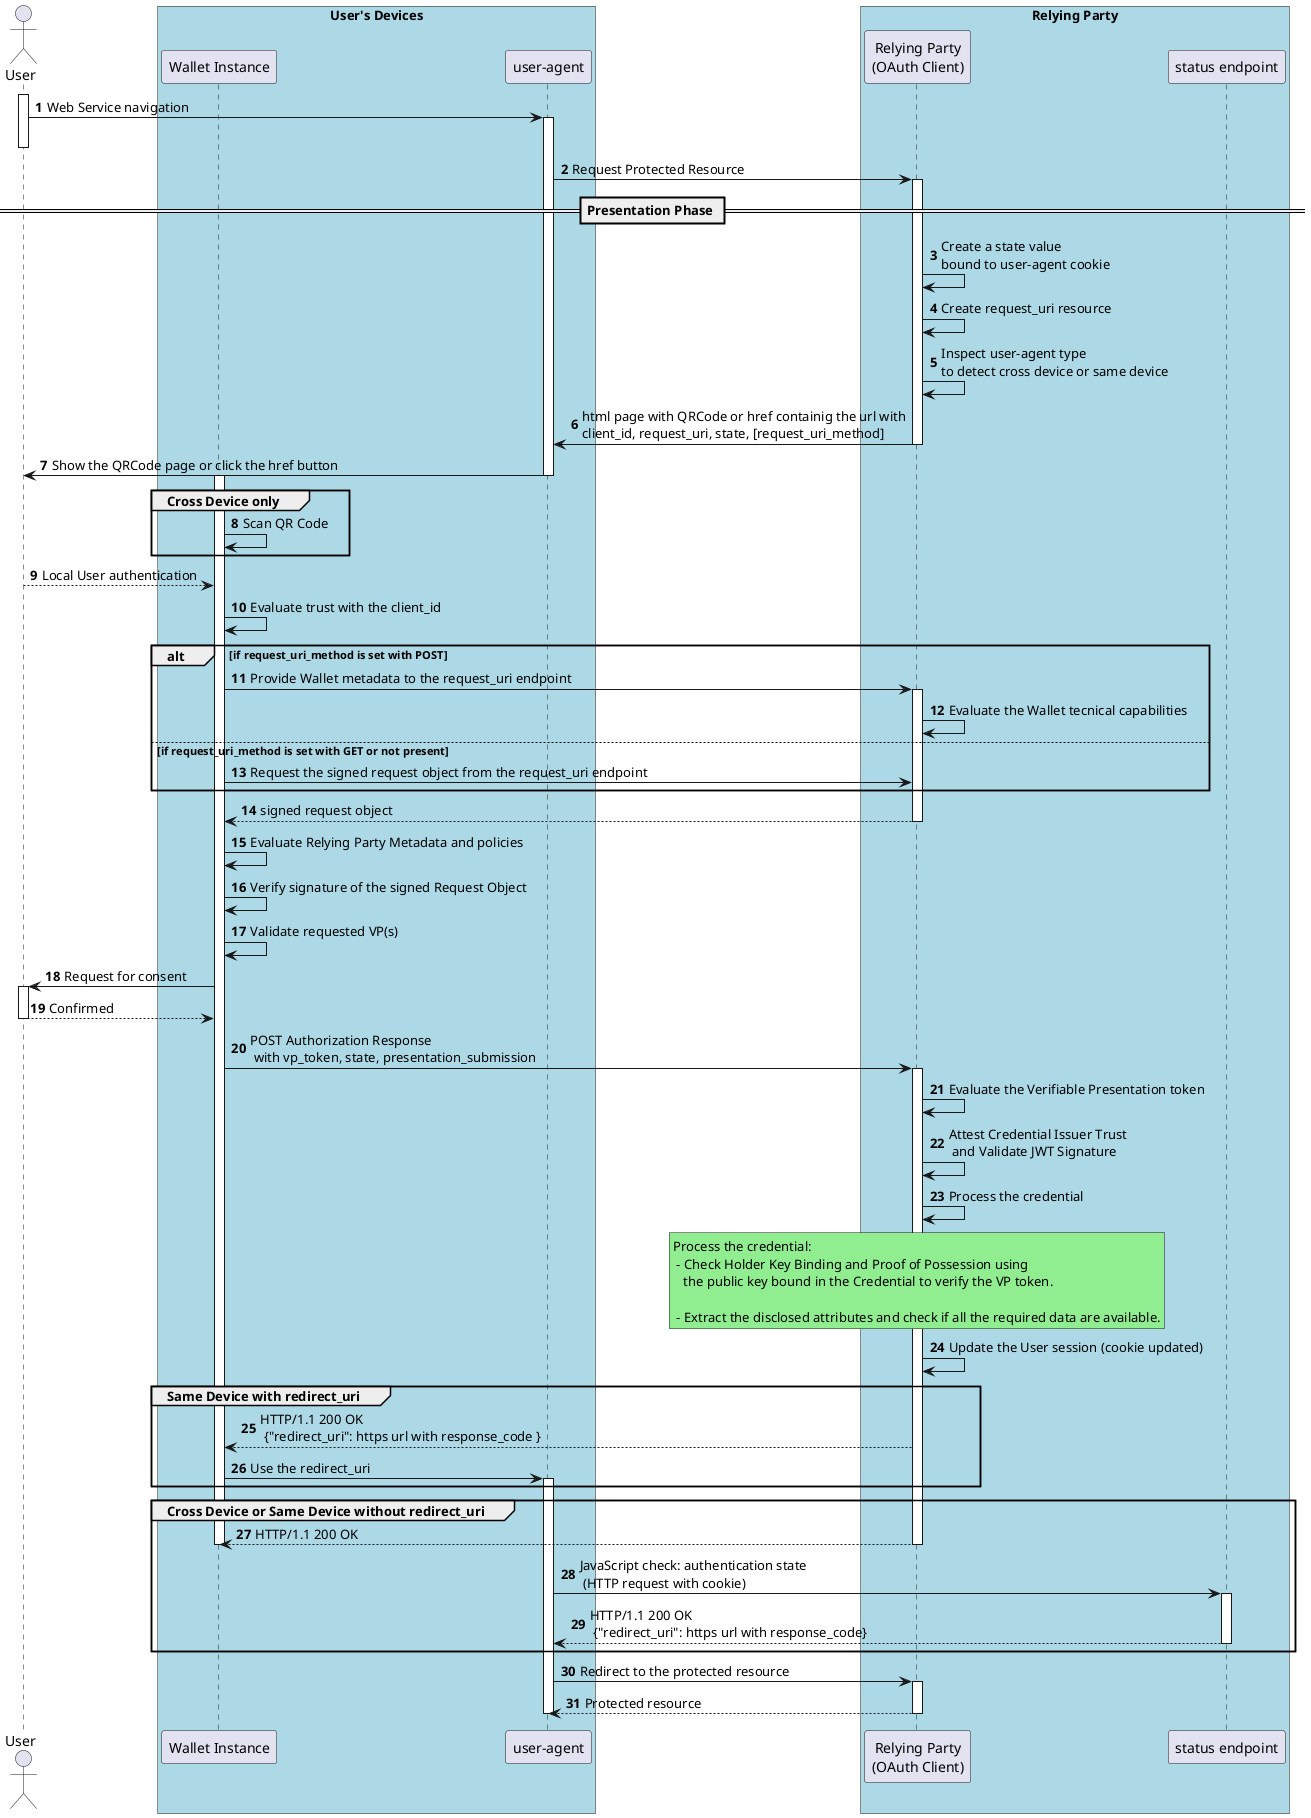
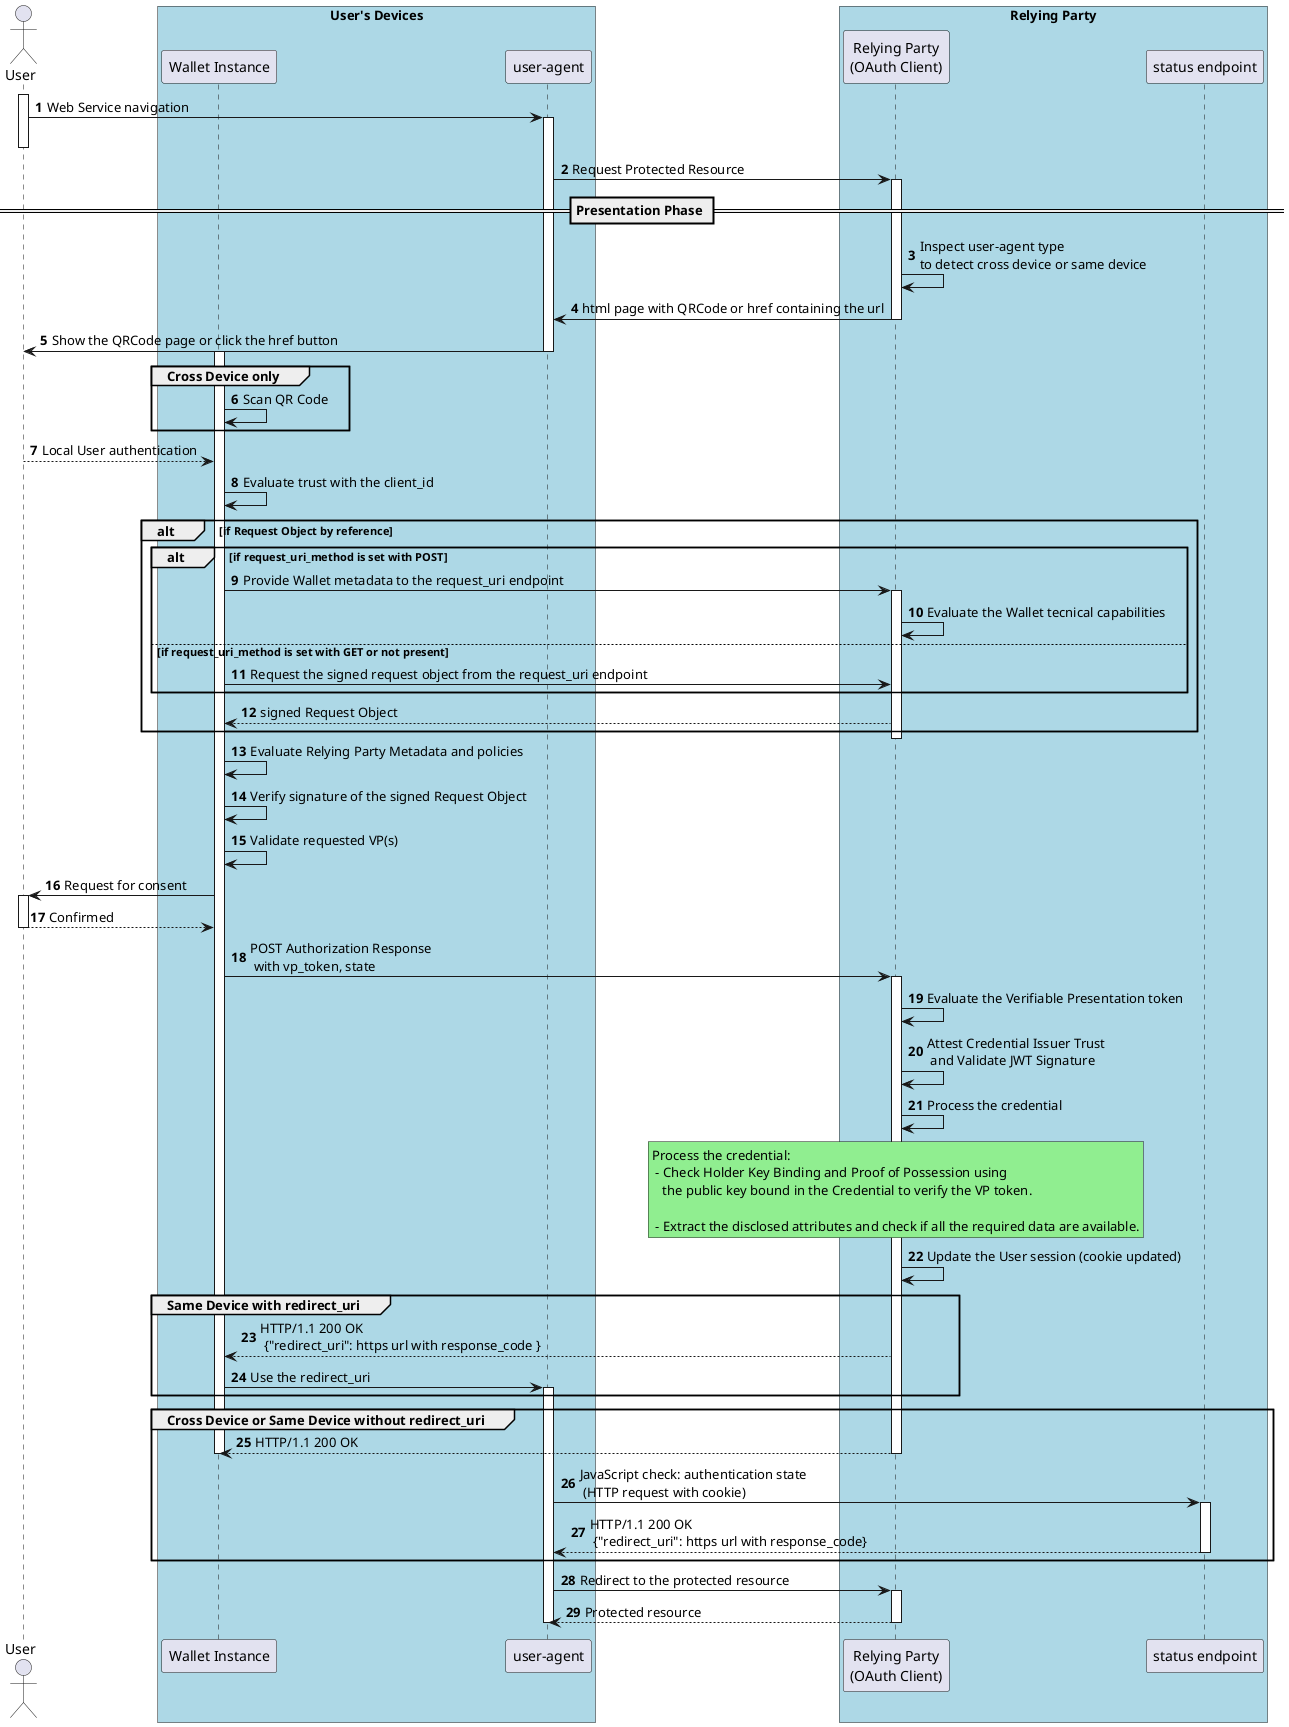
@startuml
autonumber


Actor "User" as u

box "User's Devices" #LightBlue
participant "Wallet Instance" as w
participant "user-agent" as ua
end box

box "Relying Party" #LightBlue
participant "Relying Party\n(OAuth Client)" as ve
participant "status endpoint" as se
end box



activate u
u -> ua: Web Service navigation
activate ua
deactivate u
ua -> ve: Request Protected Resource

== Presentation Phase ==
activate ve
- ve -> ve: Create a state value\nbound to user-agent cookie
- ve -> ve: Create request_uri resource
ve -> ve: Inspect user-agent type\nto detect cross device or same device
- ve -> ua: html page with QRCode or href containig the url with\nclient_id, request_uri, state, [request_uri_method]
+ ve -> ua: html page with QRCode or href containing the url
deactivate ve


ua -> u: Show the QRCode page or click the href button
deactivate ua
activate w

group Cross Device only
w -> w: Scan QR Code
end

u --> w: Local User authentication

w -> w: Evaluate trust with the client_id

- alt if request_uri_method is set with POST
-     w -> ve: Provide Wallet metadata to the request_uri endpoint
-     activate ve
-     ve -> ve: Evaluate the Wallet tecnical capabilities
- else if request_uri_method is set with GET or not present
-    w -> ve: Request the signed request object from the request_uri endpoint
+ alt if Request Object by reference
+     alt if request_uri_method is set with POST
+        w -> ve: Provide Wallet metadata to the request_uri endpoint
+        activate ve
+        ve -> ve: Evaluate the Wallet tecnical capabilities
+    else if request_uri_method is set with GET or not present
+        w -> ve: Request the signed request object from the request_uri endpoint
+    end
+ 
+    ve --> w: signed Request Object
+ 
end

- ve --> w: signed request object
deactivate ve


w -> w: Evaluate Relying Party Metadata and policies
w -> w: Verify signature of the signed Request Object
w -> w: Validate requested VP(s)
w -> u: Request for consent
activate u
u --> w: Confirmed
deactivate u
- w -> ve: POST Authorization Response \n with vp_token, state, presentation_submission
+ w -> ve: POST Authorization Response \n with vp_token, state
activate ve
ve -> ve: Evaluate the Verifiable Presentation token
ve -> ve: Attest Credential Issuer Trust\n and Validate JWT Signature
ve -> ve: Process the credential

rnote over ve #LIGHTGREEN
Process the credential:
 - Check Holder Key Binding and Proof of Possession using
   the public key bound in the Credential to verify the VP token.

 - Extract the disclosed attributes and check if all the required data are available.
endrnote

ve -> ve: Update the User session (cookie updated)


group Same Device with redirect_uri
ve --> w: HTTP/1.1 200 OK\n {"redirect_uri": https url with response_code }
w -> ua: Use the redirect_uri
activate ua
end

group Cross Device or Same Device without redirect_uri
ve --> w: HTTP/1.1 200 OK
deactivate w
deactivate ve
ua -> se:  JavaScript check: authentication state \n (HTTP request with cookie)
activate se
se --> ua: HTTP/1.1 200 OK\n {"redirect_uri": https url with response_code}

deactivate se

end


ua -> ve: Redirect to the protected resource
activate ve
ve --> ua: Protected resource

deactivate ua
deactivate ve
@enduml